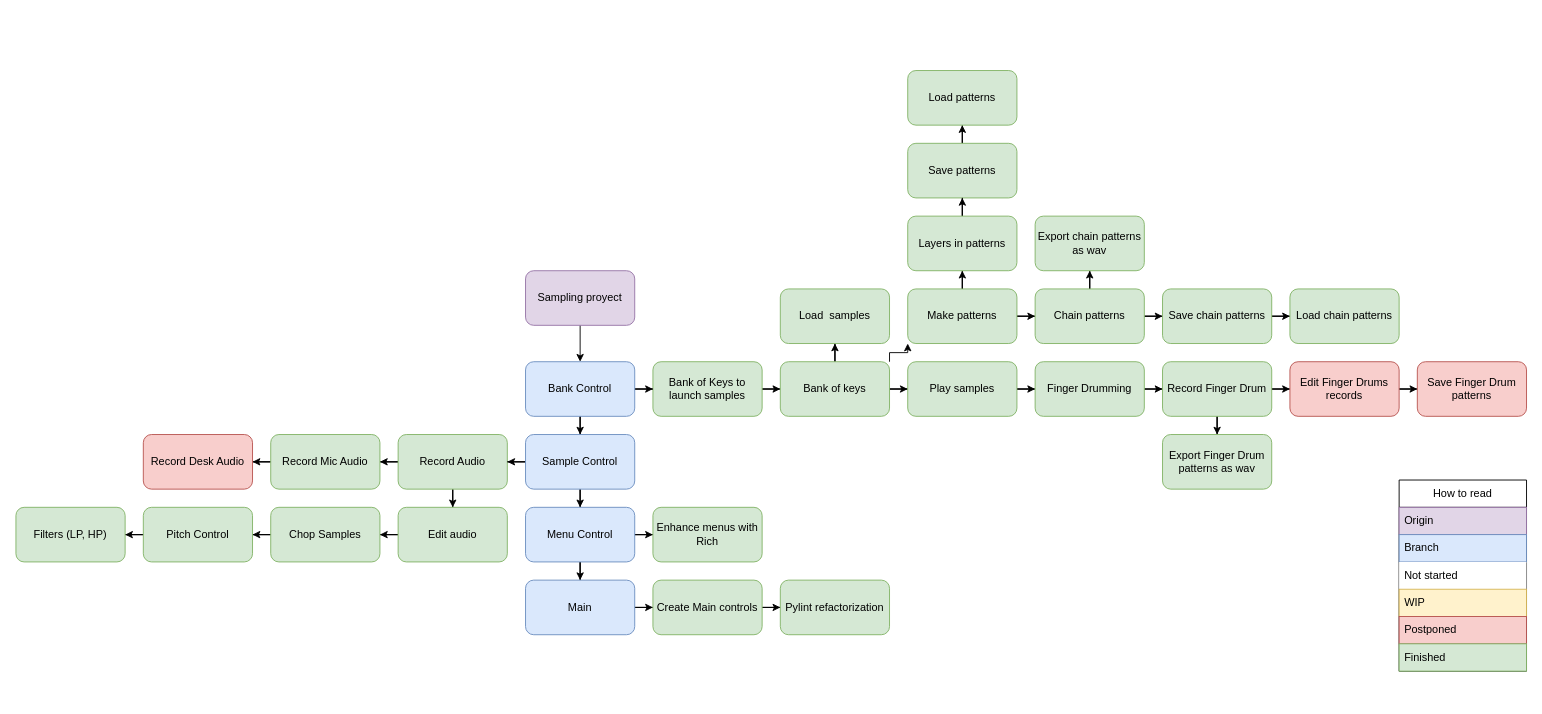
Above: Status Diagram/Sampling proyect diagram.drawio in elcalak/Sampling (draw.io), before the change. Source tidied: cells renumbered, new cells numbered last; positions are measured from the earlier drawing's top-left corner, leaving out a move shared by most shapes. Both pictures are drawn from the tidied source at 91%, with x=0, y=0 at pixel (15, 70).
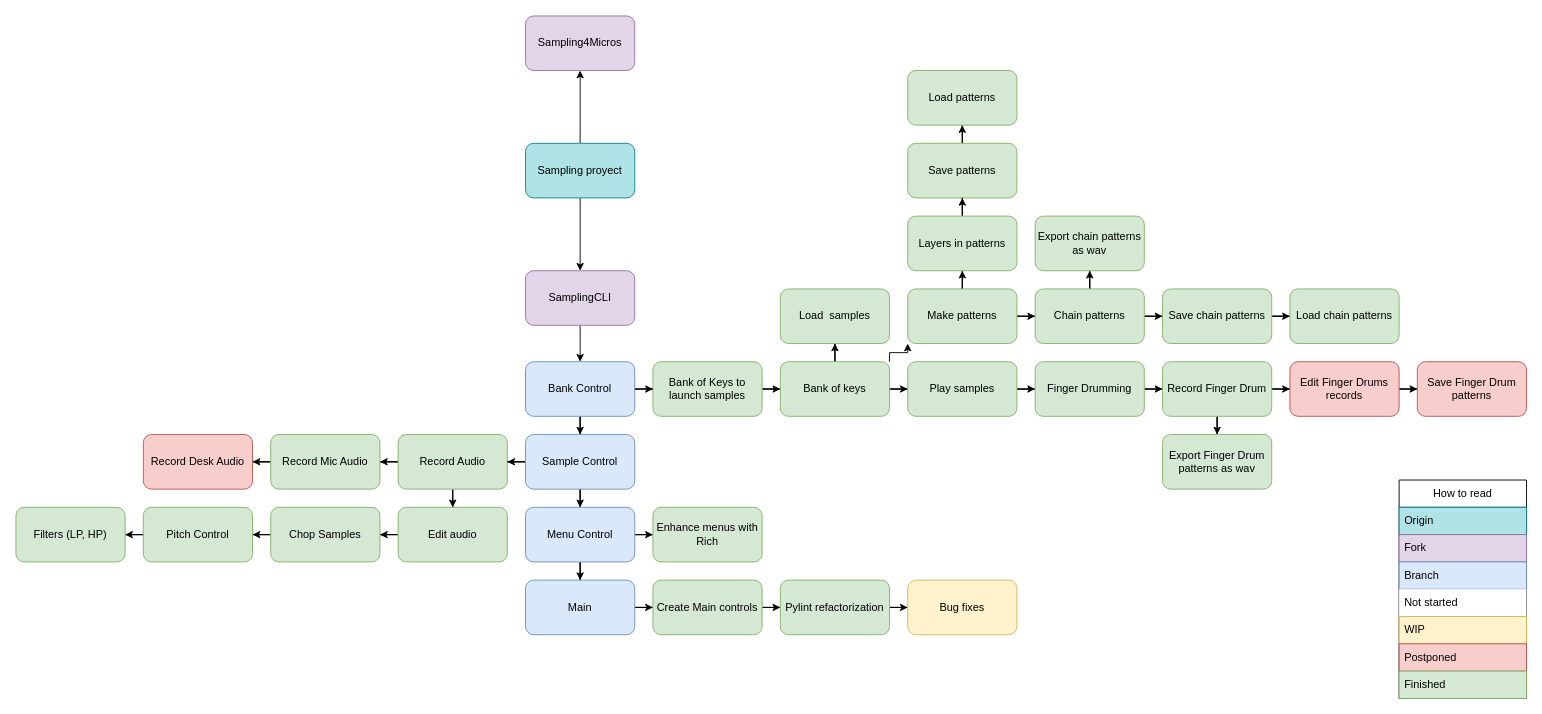
Above is the later version.

Commit message (it also covers changes not shown here):
Bug fixes of SamplingCLI

The change refers to these unchanged cells:
```xml
<mxCell id="71" value="Pylint refactorization" style="whiteSpace=wrap;html=1;fillColor=#d5e8d4;strokeColor=#82b366;rounded=1;" parent="1" vertex="1">
  <mxGeometry x="840" y="560" width="120" height="60" as="geometry" />
</mxCell>
```

The edit, as a diff of the source:
```diff
@@
-    <mxCell id="3" value="Sampling proyect" style="rounded=1;whiteSpace=wrap;html=1;fillColor=#e1d5e7;strokeColor=#9673a6;" parent="1" vertex="1">
+    <mxCell id="3" value="SamplingCLI" style="rounded=1;whiteSpace=wrap;html=1;fillColor=#e1d5e7;strokeColor=#9673a6;" parent="1" vertex="1">
       <mxGeometry x="560" y="220" width="120" height="60" as="geometry" />
     </mxCell>
@@
     <mxCell id="36" value="How to read" style="swimlane;fontStyle=0;horizontal=1;startSize=30;whiteSpace=wrap;html=1;" parent="1" vertex="1">
-      <mxGeometry x="1520" y="450" width="140" height="210" as="geometry" />
+      <mxGeometry x="1520" y="450" width="140" height="240" as="geometry" />
     </mxCell>
+    <mxCell id="72" value="Origin" style="text;align=left;verticalAlign=middle;spacingLeft=4;spacingRight=4;overflow=hidden;whiteSpace=wrap;html=1;fillColor=#b0e3e6;strokeColor=#0e8088;" parent="36" vertex="1">
+      <mxGeometry y="30" width="140" height="30" as="geometry" />
+    </mxCell>
-    <mxCell id="37" value="Origin" style="text;strokeColor=#9673a6;fillColor=#e1d5e7;align=left;verticalAlign=middle;spacingLeft=4;spacingRight=4;overflow=hidden;whiteSpace=wrap;html=1;" parent="36" vertex="1">
-      <mxGeometry y="30" width="140" height="30" as="geometry" />
+    <mxCell id="37" value="Fork" style="text;strokeColor=#9673a6;fillColor=#e1d5e7;align=left;verticalAlign=middle;spacingLeft=4;spacingRight=4;overflow=hidden;whiteSpace=wrap;html=1;" parent="36" vertex="1">
+      <mxGeometry y="60" width="140" height="30" as="geometry" />
     </mxCell>
     <mxCell id="38" value="Branch" style="text;strokeColor=#6c8ebf;fillColor=#dae8fc;align=left;verticalAlign=middle;spacingLeft=4;spacingRight=4;overflow=hidden;whiteSpace=wrap;html=1;" parent="36" vertex="1">
-      <mxGeometry y="60" width="140" height="30" as="geometry" />
+      <mxGeometry y="90" width="140" height="30" as="geometry" />
     </mxCell>
     <mxCell id="39" value="Not started" style="text;align=left;verticalAlign=middle;spacingLeft=4;spacingRight=4;overflow=hidden;whiteSpace=wrap;html=1;fillColor=default;" parent="36" vertex="1">
-      <mxGeometry y="90" width="140" height="30" as="geometry" />
+      <mxGeometry y="120" width="140" height="30" as="geometry" />
     </mxCell>
     <mxCell id="40" value="WIP" style="text;strokeColor=#d6b656;fillColor=#fff2cc;align=left;verticalAlign=middle;spacingLeft=4;spacingRight=4;overflow=hidden;whiteSpace=wrap;html=1;" parent="36" vertex="1">
-      <mxGeometry y="120" width="140" height="30" as="geometry" />
+      <mxGeometry y="150" width="140" height="30" as="geometry" />
     </mxCell>
     <mxCell id="41" value="Postponed" style="text;strokeColor=#b85450;fillColor=#f8cecc;align=left;verticalAlign=middle;spacingLeft=4;spacingRight=4;overflow=hidden;whiteSpace=wrap;html=1;" parent="36" vertex="1">
-      <mxGeometry y="150" width="140" height="30" as="geometry" />
+      <mxGeometry y="180" width="140" height="30" as="geometry" />
     </mxCell>
     <mxCell id="42" value="Finished" style="text;strokeColor=#82b366;fillColor=#d5e8d4;align=left;verticalAlign=middle;spacingLeft=4;spacingRight=4;overflow=hidden;whiteSpace=wrap;html=1;" parent="36" vertex="1">
-      <mxGeometry y="180" width="140" height="30" as="geometry" />
+      <mxGeometry y="210" width="140" height="30" as="geometry" />
     </mxCell>
@@
+    <mxCell id="73" style="edgeStyle=orthogonalEdgeStyle;rounded=0;jettySize=auto;html=1;" parent="1" edge="1" source="71" target="74">
+      <mxGeometry relative="1" as="geometry" />
+    </mxCell>
@@
+    <mxCell id="74" value="Bug fixes" style="whiteSpace=wrap;html=1;fillColor=#fff2cc;strokeColor=#d6b656;rounded=1;" parent="1" vertex="1">
+      <mxGeometry x="980" y="560" width="120" height="60" as="geometry" />
+    </mxCell>
+    <mxCell id="75" style="edgeStyle=orthogonalEdgeStyle;rounded=0;jettySize=auto;html=1;" parent="1" edge="1" source="77" target="3">
+      <mxGeometry relative="1" as="geometry" />
+    </mxCell>
+    <mxCell id="76" style="edgeStyle=orthogonalEdgeStyle;rounded=0;jettySize=auto;html=1;" parent="1" edge="1" source="77" target="78">
+      <mxGeometry relative="1" as="geometry" />
+    </mxCell>
+    <mxCell id="77" value="Sampling proyect" style="whiteSpace=wrap;html=1;fillColor=#b0e3e6;strokeColor=#0e8088;rounded=1;" parent="1" vertex="1">
+      <mxGeometry x="560" y="80" width="120" height="60" as="geometry" />
+    </mxCell>
+    <mxCell id="78" value="Sampling4Micros" style="whiteSpace=wrap;html=1;fillColor=#e1d5e7;strokeColor=#9673a6;rounded=1;" parent="1" vertex="1">
+      <mxGeometry x="560" y="-60" width="120" height="60" as="geometry" />
+    </mxCell>
```
